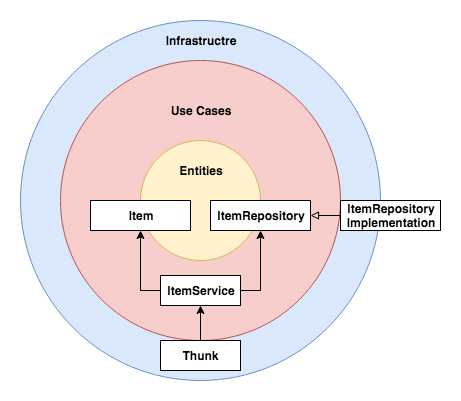
janithl/janithl.github.io keeps this draw.io diagram as .content/images/clean-react-arch-2.png. Above is the earlier version. Source tidied: cells renumbered, new cells last; positions are measured from the earlier drawing's top-left corner, leaving out a move shared by most shapes.
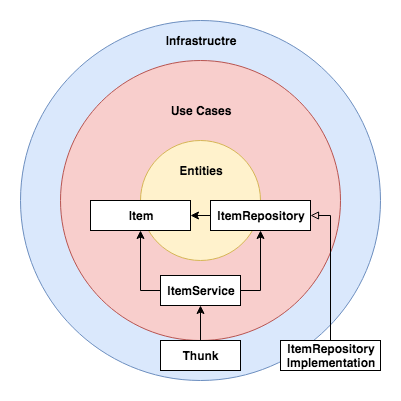
Later version of the same file.

Change to the diagram source:
```diff
@@ -38,14 +38,17 @@
     <mxCell id="13" value="Thunk" style="rounded=0;whiteSpace=wrap;html=1;fontStyle=1;" parent="1" vertex="1">
       <mxGeometry x="140" y="320" width="80" height="30" as="geometry" />
     </mxCell>
+    <mxCell id="17" style="edgeStyle=orthogonalEdgeStyle;rounded=0;jettySize=auto;html=1;exitX=0;exitY=0.5;exitDx=0;exitDy=0;entryX=1;entryY=0.5;entryDx=0;entryDy=0;" parent="1" edge="1" source="14" target="5">
+      <mxGeometry relative="1" as="geometry" />
+    </mxCell>
     <mxCell id="14" value="ItemRepository" style="rounded=0;whiteSpace=wrap;html=1;fontStyle=1;" parent="1" vertex="1">
       <mxGeometry x="190" y="180" width="100" height="30" as="geometry" />
     </mxCell>
-    <mxCell id="15" style="edgeStyle=orthogonalEdgeStyle;rounded=0;jettySize=auto;html=1;exitX=0;exitY=0.5;exitDx=0;exitDy=0;entryX=1;entryY=0.5;entryDx=0;entryDy=0;endArrow=block;endFill=0;" parent="1" edge="1" source="16" target="14">
+    <mxCell id="15" style="edgeStyle=orthogonalEdgeStyle;rounded=0;jettySize=auto;html=1;exitX=0.5;exitY=0;exitDx=0;exitDy=0;entryX=1;entryY=0.5;entryDx=0;entryDy=0;endArrow=block;endFill=0;" parent="1" edge="1" source="16" target="14">
       <mxGeometry relative="1" as="geometry" />
     </mxCell>
     <mxCell id="16" value="ItemRepository&lt;br&gt;Implementation" style="rounded=0;whiteSpace=wrap;html=1;fontStyle=1;" parent="1" vertex="1">
-      <mxGeometry x="320" y="180" width="100" height="30" as="geometry" />
+      <mxGeometry x="260" y="320" width="100" height="30" as="geometry" />
     </mxCell>
   </root>
 </mxGraphModel>
```
